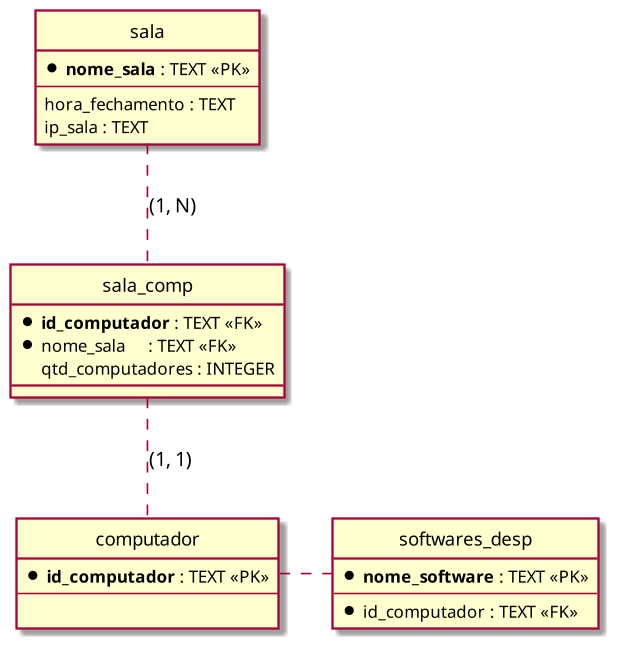
This is imgs/diagramo_rel.png from sociedade-do-pastel/softeiros, a PlantUML export, as it was before one commit. Source of this version:
```plantuml
@startuml
scale 600*900
hide circle
entity sala {
	* **nome_sala** : TEXT <<PK>>
	--
	hora_fechamento : TEXT
	ip_sala : TEXT
}

entity computador {
	* **id_computador** : TEXT <<PK>>
	--

}

entity sala_comp {
	* **id_computador** : TEXT <<FK>>
	* nome_sala     : TEXT <<FK>>
	qtd_computadores : INTEGER
}

entity softwares_desp {
	* **nome_software** : TEXT <<PK>>
	--
	* id_computador : TEXT <<FK>>
}

sala .. sala_comp : (1, N)
sala_comp .. computador : (1, 1)
computador . softwares_desp

@enduml
```
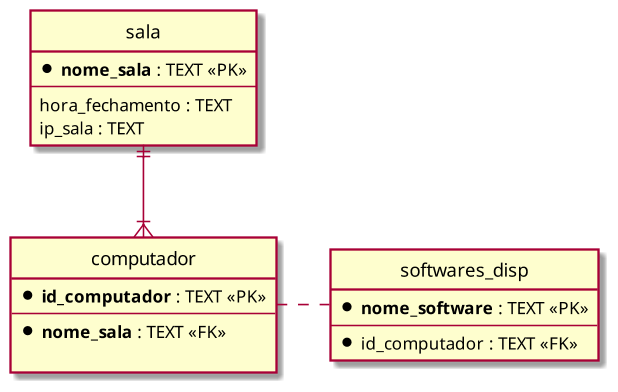
After the change.

Commit message:
Aprimorada primeira entrega, consertados diagrama relacional e de componentes

The edit, as a diff of the source:
```diff
@@ -11,23 +11,17 @@
 entity computador {
 	* **id_computador** : TEXT <<PK>>
 	--
+	* **nome_sala** : TEXT <<FK>>
 
 }
 
-entity sala_comp {
-	* **id_computador** : TEXT <<FK>>
-	* nome_sala     : TEXT <<FK>>
-	qtd_computadores : INTEGER
-}
-
-entity softwares_desp {
+entity softwares_disp {
 	* **nome_software** : TEXT <<PK>>
 	--
 	* id_computador : TEXT <<FK>>
 }
 
-sala .. sala_comp : (1, N)
-sala_comp .. computador : (1, 1)
-computador . softwares_desp
+sala ||--|{ computador
+computador . softwares_disp
 
 @enduml
```
